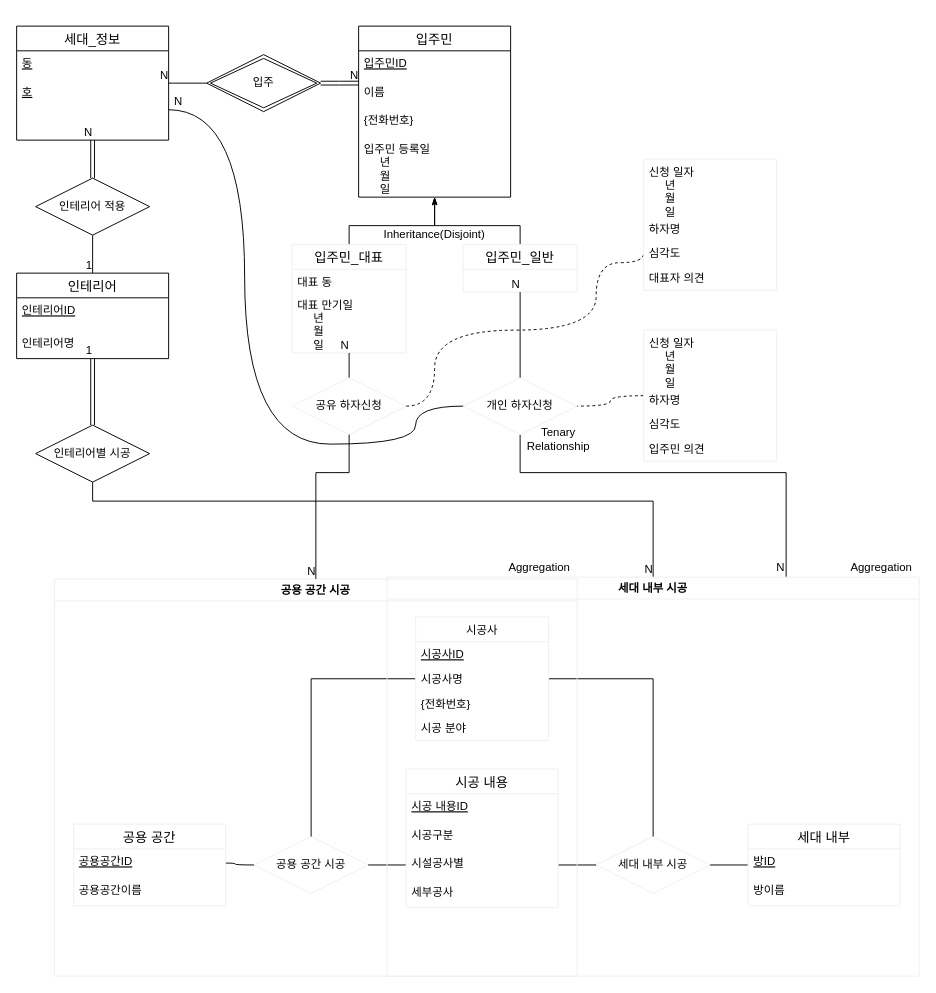
Earlier version of the draw.io diagram ERD/ERD.drawio (bgb10/building-defects-management-system). Source tidied: cells renumbered, new cells numbered last; positions are measured from the earlier drawing's top-left corner, leaving out a move shared by most shapes. Both pictures are drawn from the tidied source at 95%, with x=0, y=0 at pixel (16, 26).
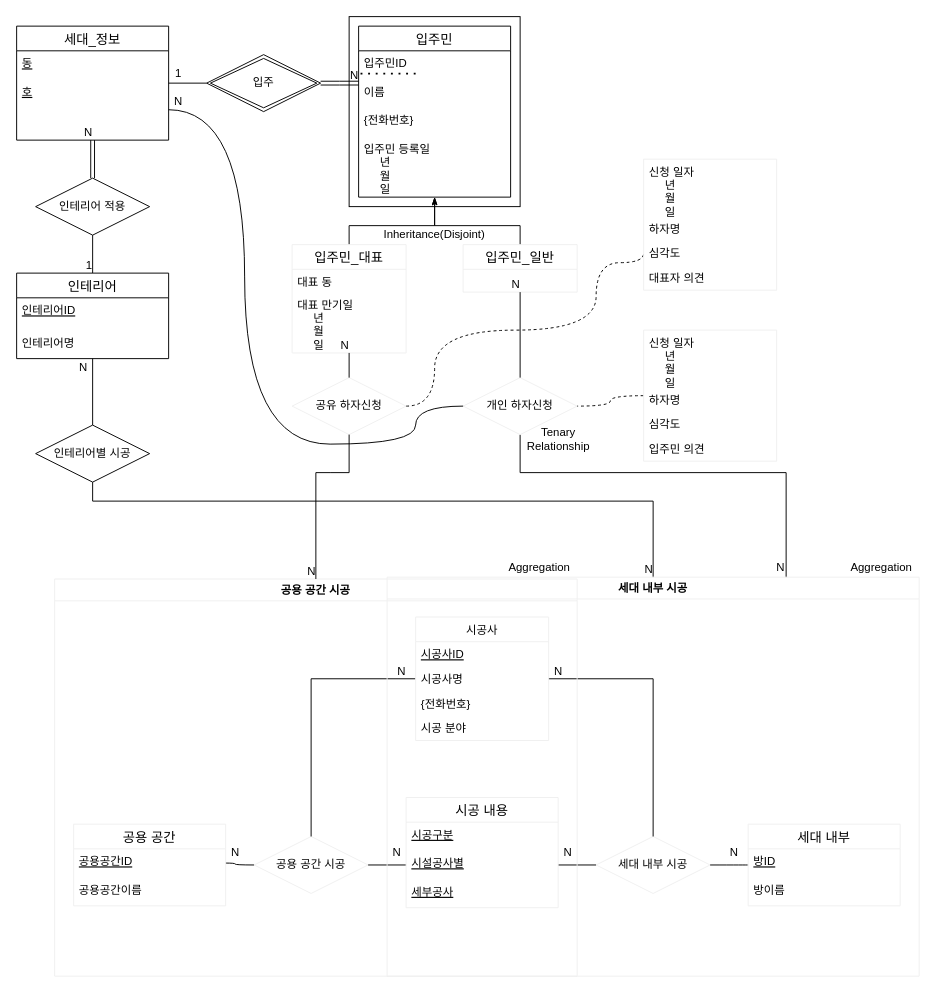
The same page after the edit.

The change refers to these unchanged cells:
```xml
<mxCell id="3" value="인테리어별 시공" style="shape=rhombus;perimeter=rhombusPerimeter;whiteSpace=wrap;html=1;align=center;" parent="1" vertex="1">
  <mxGeometry x="20" y="420" width="120" height="60" as="geometry" />
</mxCell>
<mxCell id="10" value="인테리어명" style="text;strokeColor=none;fillColor=none;spacingLeft=4;spacingRight=4;overflow=hidden;points=[[0,0.5],[1,0.5]];portConstraint=eastwest;fontSize=12;" parent="8" vertex="1">
  <mxGeometry y="60" width="160" height="30" as="geometry" />
</mxCell>
<mxCell id="13" value="입주민" style="swimlane;fontStyle=0;horizontal=1;startSize=26;align=center;fontSize=14;shadow=0;perimeterSpacing=1;swimlaneFillColor=none;glass=0;comic=0;perimeter=rectanglePerimeter;rounded=0;" parent="1" vertex="1">
  <mxGeometry x="360" width="160" height="180" as="geometry" />
</mxCell>
<mxCell id="20" value="입주" style="shape=rhombus;double=1;perimeter=rhombusPerimeter;whiteSpace=wrap;html=1;align=center;" parent="1" vertex="1">
  <mxGeometry x="200" y="30" width="120" height="60" as="geometry" />
</mxCell>
<mxCell id="46" value="세대_정보" style="swimlane;fontStyle=0;horizontal=1;startSize=26;align=center;fontSize=14;" parent="1" vertex="1">
  <mxGeometry width="160" height="120" as="geometry" />
</mxCell>
<mxCell id="63" value="공용 공간 시공" style="swimlane;rounded=0;shadow=0;glass=0;comic=0;sketch=0;strokeColor=#f0f0f0;fillColor=none;gradientColor=none;" parent="1" vertex="1">
  <mxGeometry x="40" y="582" width="550" height="418" as="geometry" />
</mxCell>
<mxCell id="67" value="세대 내부 시공" style="swimlane;rounded=0;shadow=0;glass=0;comic=0;sketch=0;strokeColor=#f0f0f0;fillColor=none;gradientColor=none;" parent="1" vertex="1">
  <mxGeometry x="390" y="580" width="560" height="420" as="geometry" />
</mxCell>
```

Change to the diagram source:
```diff
@@
+    <mxCell id="89" style="edgeStyle=orthogonalEdgeStyle;rounded=0;jettySize=auto;html=1;exitX=0.5;exitY=0;exitDx=0;exitDy=0;entryX=0.5;entryY=1;entryDx=0;entryDy=0;entryPerimeter=0;endArrow=none;endFill=0;" parent="1" edge="1" source="3" target="10">
+      <mxGeometry relative="1" as="geometry" />
+    </mxCell>
@@
-    <mxCell id="14" value="입주민ID" style="text;strokeColor=none;fillColor=none;spacingLeft=4;spacingRight=4;overflow=hidden;fontSize=12;fontStyle=4;" parent="13" vertex="1">
+    <mxCell id="14" value="입주민ID" style="text;strokeColor=none;fillColor=none;spacingLeft=4;spacingRight=4;overflow=hidden;fontSize=12;fontStyle=0;" parent="13" vertex="1">
       <mxGeometry y="26" width="160" height="30" as="geometry" />
     </mxCell>
+    <mxCell id="90" style="endArrow=none;dashed=1;html=1;dashPattern=1 3;strokeWidth=2;" parent="13" edge="1">
+      <mxGeometry relative="1" as="geometry">
+        <mxPoint x="60" y="50" as="sourcePoint" />
+        <mxPoint y="50" as="targetPoint" />
+      </mxGeometry>
+    </mxCell>
@@
-    <mxCell id="18" style="endArrow=none;html=1;rounded=0;exitX=0;exitY=0.5;exitDx=0;exitDy=0;entryX=1;entryY=0.5;entryDx=0;entryDy=0;" parent="1" edge="1" target="46">
-      <mxGeometry relative="1" as="geometry">
-        <mxPoint x="200" y="60" as="sourcePoint" />
-      </mxGeometry>
-    </mxCell>
-    <mxCell id="19" value="N" style="html=1;align=right;verticalAlign=bottom;" parent="18" vertex="1">
-      <mxGeometry x="1" relative="1" as="geometry" />
-    </mxCell>
@@
-    <mxCell id="37" style="shape=link;html=1;rounded=0;startArrow=none;startFill=0;endArrow=none;endFill=0;exitX=0.5;exitY=0;exitDx=0;exitDy=0;" parent="1" edge="1" source="3">
-      <mxGeometry relative="1" as="geometry">
-        <mxPoint x="80" y="350" as="targetPoint" />
-      </mxGeometry>
-    </mxCell>
-    <mxCell id="38" value="1" style="html=1;align=right;verticalAlign=bottom;" parent="37" vertex="1">
-      <mxGeometry x="1" relative="1" as="geometry" />
-    </mxCell>
@@
+    <mxCell id="91" style="edgeStyle=orthogonalEdgeStyle;rounded=0;jettySize=auto;html=1;entryX=0;entryY=0.5;entryDx=0;entryDy=0;endArrow=none;endFill=0;" parent="1" edge="1" source="46" target="20">
+      <mxGeometry relative="1" as="geometry" />
+    </mxCell>
@@
+    <mxCell id="75" value="시공 내용" style="swimlane;fontStyle=0;horizontal=1;startSize=26;align=center;fontSize=14;rounded=0;shadow=0;glass=0;comic=0;sketch=0;strokeColor=#f0f0f0;fillColor=none;gradientColor=none;" parent="63" vertex="1">
+      <mxGeometry x="370" y="230" width="160" height="116" as="geometry" />
+    </mxCell>
+    <mxCell id="77" value="시공구분" style="text;strokeColor=none;fillColor=none;spacingLeft=4;spacingRight=4;overflow=hidden;fontSize=12;fontStyle=4;" parent="75" vertex="1">
+      <mxGeometry y="26" width="160" height="30" as="geometry" />
+    </mxCell>
+    <mxCell id="78" value="시설공사별" style="text;strokeColor=none;fillColor=none;spacingLeft=4;spacingRight=4;overflow=hidden;points=[[0,0.5],[1,0.5]];portConstraint=eastwest;fontSize=12;fontStyle=4;" parent="75" vertex="1">
+      <mxGeometry y="56" width="160" height="30" as="geometry" />
+    </mxCell>
+    <mxCell id="79" value="세부공사" style="text;strokeColor=none;fillColor=none;spacingLeft=4;spacingRight=4;overflow=hidden;fontSize=12;fontStyle=4;" parent="75" vertex="1">
+      <mxGeometry y="86" width="160" height="30" as="geometry" />
+    </mxCell>
@@
+    <mxCell id="92" value="N" style="text;html=1;align=center;verticalAlign=middle;" parent="63" vertex="1">
+      <mxGeometry x="355" y="88" width="20" height="20" as="geometry" />
+    </mxCell>
+    <mxCell id="93" value="N" style="text;html=1;align=center;verticalAlign=middle;" parent="63" vertex="1">
+      <mxGeometry x="520" y="88" width="20" height="20" as="geometry" />
+    </mxCell>
@@
+    <mxCell id="94" value="N" style="text;html=1;align=center;verticalAlign=middle;" parent="67" vertex="1">
+      <mxGeometry x="355" y="280" width="20" height="20" as="geometry" />
+    </mxCell>
@@
-    <mxCell id="75" value="시공 내용" style="swimlane;fontStyle=0;horizontal=1;startSize=26;align=center;fontSize=14;rounded=0;shadow=0;glass=0;comic=0;sketch=0;strokeColor=#f0f0f0;fillColor=none;gradientColor=none;" parent="1" vertex="1">
-      <mxGeometry x="410" y="782" width="160" height="146" as="geometry" />
-    </mxCell>
-    <mxCell id="76" value="시공 내용ID" style="text;strokeColor=none;fillColor=none;spacingLeft=4;spacingRight=4;overflow=hidden;fontSize=12;fontStyle=4;" parent="75" vertex="1">
-      <mxGeometry y="26" width="160" height="30" as="geometry" />
-    </mxCell>
-    <mxCell id="77" value="시공구분" style="text;strokeColor=none;fillColor=none;spacingLeft=4;spacingRight=4;overflow=hidden;fontSize=12;" parent="75" vertex="1">
-      <mxGeometry y="56" width="160" height="30" as="geometry" />
-    </mxCell>
-    <mxCell id="78" value="시설공사별" style="text;strokeColor=none;fillColor=none;spacingLeft=4;spacingRight=4;overflow=hidden;points=[[0,0.5],[1,0.5]];portConstraint=eastwest;fontSize=12;" parent="75" vertex="1">
-      <mxGeometry y="86" width="160" height="30" as="geometry" />
-    </mxCell>
-    <mxCell id="79" value="세부공사" style="text;strokeColor=none;fillColor=none;spacingLeft=4;spacingRight=4;overflow=hidden;fontSize=12;" parent="75" vertex="1">
-      <mxGeometry y="116" width="160" height="30" as="geometry" />
-    </mxCell>
@@
+    <mxCell id="95" style="rounded=0;whiteSpace=wrap;html=1;fillColor=none;" parent="1" vertex="1">
+      <mxGeometry x="350" y="-10" width="180" height="200" as="geometry" />
+    </mxCell>
+    <mxCell id="38" value="1" style="text;html=1;align=center;verticalAlign=middle;" parent="1" vertex="1">
+      <mxGeometry x="160" y="40" width="20" height="20" as="geometry" />
+    </mxCell>
+    <mxCell id="96" value="N" style="text;html=1;align=center;verticalAlign=middle;" parent="1" vertex="1">
+      <mxGeometry x="220" y="860" width="20" height="20" as="geometry" />
+    </mxCell>
+    <mxCell id="97" value="N" style="text;html=1;align=center;verticalAlign=middle;" parent="1" vertex="1">
+      <mxGeometry x="570" y="860" width="20" height="20" as="geometry" />
+    </mxCell>
+    <mxCell id="98" value="N" style="text;html=1;align=center;verticalAlign=middle;" parent="1" vertex="1">
+      <mxGeometry x="390" y="860" width="20" height="20" as="geometry" />
+    </mxCell>
+    <mxCell id="99" value="N" style="text;html=1;align=center;verticalAlign=middle;" parent="1" vertex="1">
+      <mxGeometry x="60" y="350" width="20" height="20" as="geometry" />
+    </mxCell>
```
